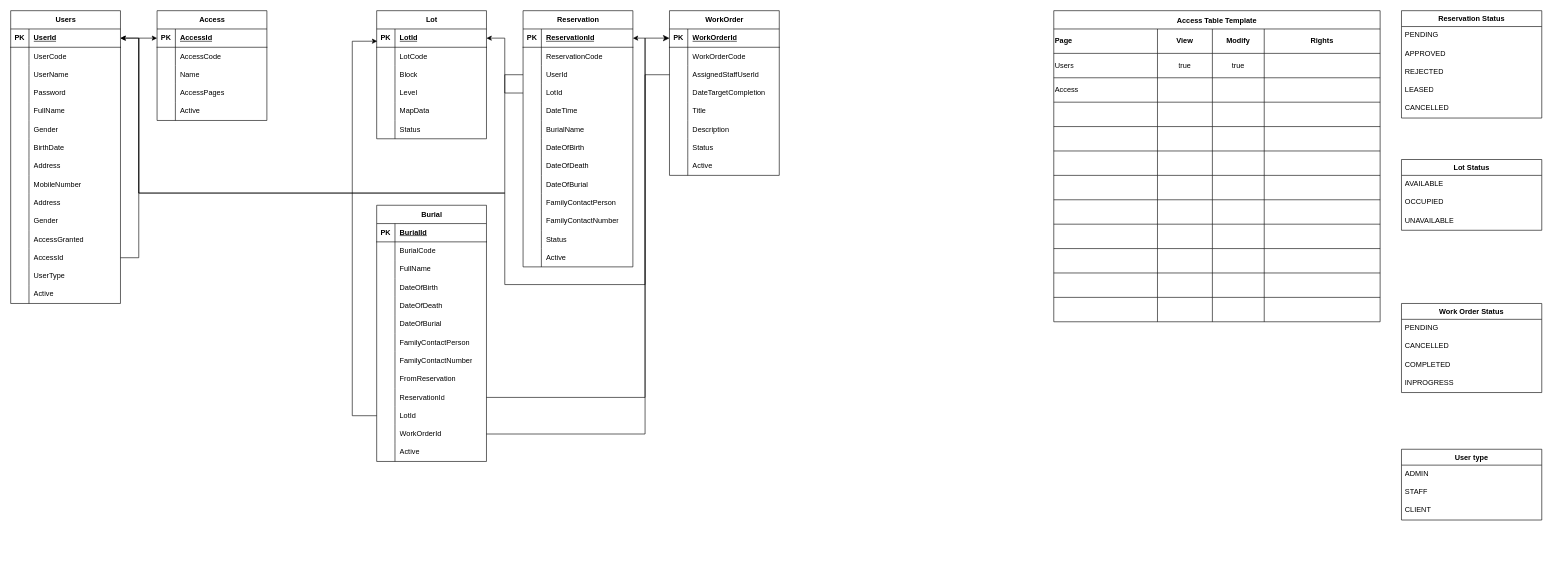
Before: db/diagram.drawio in erwin-io/cemify, a draw.io diagram. Source tidied: cells renumbered, new cells numbered last; positions are measured from the earlier drawing's top-left corner, leaving out a move shared by most shapes. Both pictures are drawn from the tidied source at 61%, with x=0, y=0 at pixel (10, 10).
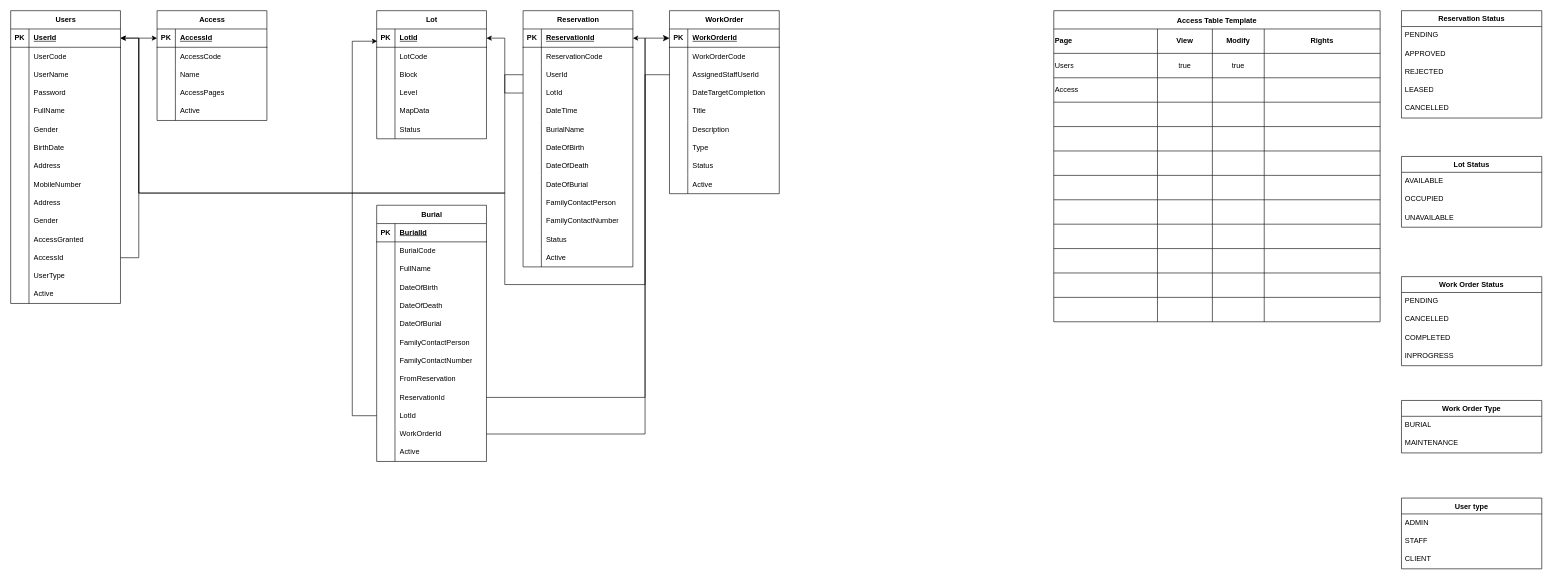
Above is the later version.

Change to the diagram source:
```diff
@@
     <mxCell id="235" value="Lot Status" style="swimlane;fontStyle=1;horizontal=1;startSize=26;align=center;fontSize=12;" parent="1" vertex="1">
-      <mxGeometry x="2280" y="244" width="230" height="116" as="geometry" />
+      <mxGeometry x="2280" y="239" width="230" height="116" as="geometry" />
     </mxCell>
@@
     <mxCell id="239" value="WorkOrder" style="shape=table;startSize=30;childLayout=tableLayout;rowLines=0;fontStyle=1;align=center;html=1;" parent="1" vertex="1">
-      <mxGeometry x="1080" width="180" height="270" as="geometry" />
+      <mxGeometry x="1080" width="180" height="300" as="geometry" />
     </mxCell>
@@
+    <mxCell id="275" style="shape=tableRow;horizontal=0;startSize=0;swimlaneHead=0;swimlaneBody=0;fillColor=none;top=0;left=0;right=0;bottom=0;" parent="239" vertex="1">
+      <mxGeometry y="210" width="180" height="30" as="geometry" />
+    </mxCell>
+    <mxCell id="276" style="shape=partialRectangle;fillColor=none;top=0;left=0;bottom=0;right=0;overflow=hidden;whiteSpace=wrap;html=1;" parent="275" vertex="1">
+      <mxGeometry width="30" height="30" as="geometry" />
+    </mxCell>
+    <mxCell id="277" value="Type" style="shape=partialRectangle;fillColor=none;top=0;left=0;bottom=0;right=0;align=left;spacingLeft=6;overflow=hidden;whiteSpace=wrap;html=1;" parent="275" vertex="1">
+      <mxGeometry x="30" width="150" height="30" as="geometry" />
+    </mxCell>
     <mxCell id="258" style="shape=tableRow;horizontal=0;startSize=0;swimlaneHead=0;swimlaneBody=0;fillColor=none;top=0;left=0;right=0;bottom=0;" parent="239" vertex="1">
-      <mxGeometry y="210" width="180" height="30" as="geometry" />
+      <mxGeometry y="240" width="180" height="30" as="geometry" />
     </mxCell>
@@
     <mxCell id="261" style="shape=tableRow;horizontal=0;startSize=0;swimlaneHead=0;swimlaneBody=0;fillColor=none;top=0;left=0;right=0;bottom=0;" parent="239" vertex="1">
-      <mxGeometry y="240" width="180" height="30" as="geometry" />
+      <mxGeometry y="270" width="180" height="30" as="geometry" />
     </mxCell>
@@
     <mxCell id="265" value="Work Order Status" style="swimlane;fontStyle=1;horizontal=1;startSize=26;align=center;fontSize=12;" parent="1" vertex="1">
-      <mxGeometry x="2280" y="480" width="230" height="146" as="geometry" />
+      <mxGeometry x="2280" y="436" width="230" height="146" as="geometry" />
     </mxCell>
@@
     <mxCell id="270" value="User type" style="swimlane;fontStyle=1;horizontal=1;startSize=26;align=center;fontSize=12;" parent="1" vertex="1">
-      <mxGeometry x="2280" y="719" width="230" height="116" as="geometry" />
+      <mxGeometry x="2280" y="799" width="230" height="116" as="geometry" />
     </mxCell>
@@
+    <mxCell id="278" value="Work Order Type" style="swimlane;fontStyle=1;horizontal=1;startSize=26;align=center;fontSize=12;" parent="1" vertex="1">
+      <mxGeometry x="2280" y="639" width="230" height="86" as="geometry" />
+    </mxCell>
+    <mxCell id="279" value="BURIAL" style="text;strokeColor=none;fillColor=none;spacingLeft=4;spacingRight=4;overflow=hidden;fontSize=12;whiteSpace=wrap;html=1;" parent="278" vertex="1">
+      <mxGeometry y="26" width="230" height="30" as="geometry" />
+    </mxCell>
+    <mxCell id="280" value="MAINTENANCE" style="text;strokeColor=none;fillColor=none;spacingLeft=4;spacingRight=4;overflow=hidden;fontSize=12;whiteSpace=wrap;html=1;" parent="278" vertex="1">
+      <mxGeometry y="56" width="230" height="30" as="geometry" />
+    </mxCell>
```
